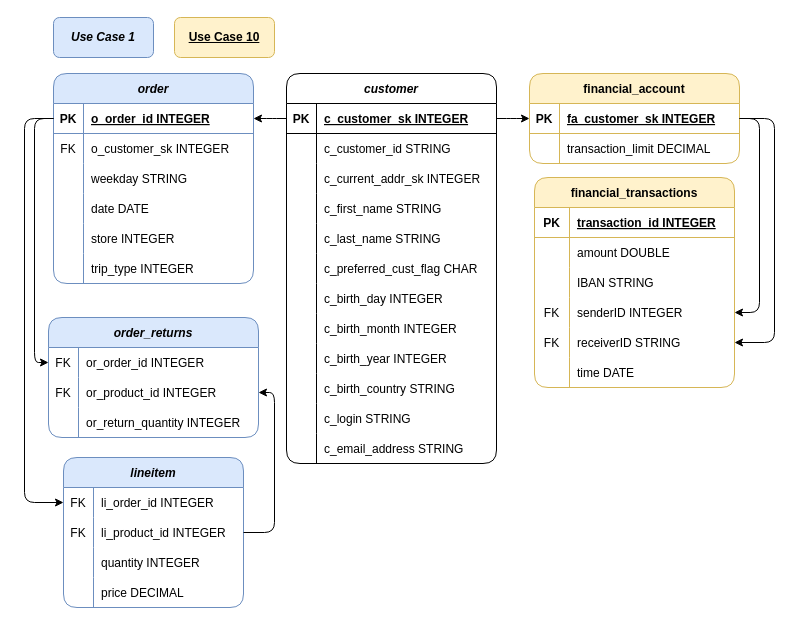
Earlier version of the draw.io diagram appendices/figures/tpc-ai-schema.drawio (ptemarvelde/msc-thesis-figures). Source tidied: cells renumbered, new cells numbered last; positions are measured from the earlier drawing's top-left corner, leaving out a move shared by most shapes. Both pictures are drawn from the tidied source at 100%, with x=0, y=0 at pixel (24, 17).
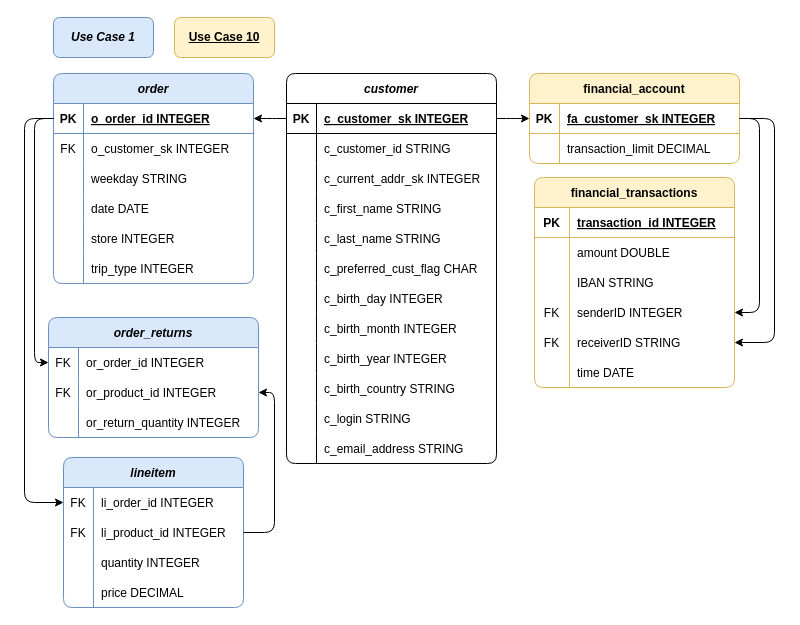
The same page after the edit.

Change to the diagram source:
```diff
@@
-    <mxCell id="2" value="financial_account" style="shape=table;startSize=30;childLayout=tableLayout;rowLines=0;fontStyle=1;align=center;fillColor=#fff2cc;strokeColor=#d6b656;rounded=1;" parent="1" vertex="1">
+    <mxCell id="2" value="financial_account" style="shape=table;startSize=30;childLayout=tableLayout;rowLines=0;fontStyle=1;align=center;fillColor=#fff2cc;strokeColor=#d6b656;rounded=1;arcSize=10;" parent="1" vertex="1">
       <mxGeometry x="505" y="56" width="210" height="90" as="geometry" />
     </mxCell>
@@
-    <mxCell id="9" value="financial_transactions" style="shape=table;startSize=30;childLayout=tableLayout;rowLines=0;fontStyle=1;align=center;fillColor=#fff2cc;strokeColor=#d6b656;rounded=1;" parent="1" vertex="1">
+    <mxCell id="9" value="financial_transactions" style="shape=table;startSize=30;childLayout=tableLayout;rowLines=0;fontStyle=1;align=center;fillColor=#fff2cc;strokeColor=#d6b656;rounded=1;arcSize=10;" parent="1" vertex="1">
       <mxGeometry x="510" y="160" width="200" height="210" as="geometry" />
     </mxCell>
@@
-    <mxCell id="28" value="order_returns" style="shape=table;startSize=30;childLayout=tableLayout;rowLines=0;fontStyle=3;align=center;fillColor=#dae8fc;strokeColor=#6c8ebf;rounded=1;" parent="1" vertex="1">
+    <mxCell id="28" value="order_returns" style="shape=table;startSize=30;childLayout=tableLayout;rowLines=0;fontStyle=3;align=center;fillColor=#dae8fc;strokeColor=#6c8ebf;rounded=1;arcSize=10;" parent="1" vertex="1">
       <mxGeometry x="24" y="300" width="210" height="120" as="geometry" />
     </mxCell>
@@
-    <mxCell id="38" value="lineitem" style="shape=table;startSize=30;childLayout=tableLayout;rowLines=0;fontStyle=3;align=center;fillColor=#dae8fc;strokeColor=#6c8ebf;rounded=1;" parent="1" vertex="1">
+    <mxCell id="38" value="lineitem" style="shape=table;startSize=30;childLayout=tableLayout;rowLines=0;fontStyle=3;align=center;fillColor=#dae8fc;strokeColor=#6c8ebf;rounded=1;arcSize=10;" parent="1" vertex="1">
       <mxGeometry x="39" y="440" width="180" height="150" as="geometry" />
     </mxCell>
@@
-    <mxCell id="51" value="order" style="shape=table;startSize=30;childLayout=tableLayout;rowLines=0;fontStyle=3;align=center;fillColor=#dae8fc;strokeColor=#6c8ebf;rounded=1;" parent="1" vertex="1">
+    <mxCell id="51" value="order" style="shape=table;startSize=30;childLayout=tableLayout;rowLines=0;fontStyle=3;align=center;fillColor=#dae8fc;strokeColor=#6c8ebf;rounded=1;arcSize=10;" parent="1" vertex="1">
       <mxGeometry x="29" y="56" width="200" height="210" as="geometry" />
     </mxCell>
@@
-    <mxCell id="70" value="customer" style="shape=table;startSize=30;childLayout=tableLayout;rowLines=0;fontStyle=3;align=center;rounded=1;" parent="1" vertex="1">
+    <mxCell id="70" value="customer" style="shape=table;startSize=30;childLayout=tableLayout;rowLines=0;fontStyle=3;align=center;rounded=1;arcSize=10;" parent="1" vertex="1">
       <mxGeometry x="262" y="56" width="210" height="390" as="geometry" />
     </mxCell>
```
